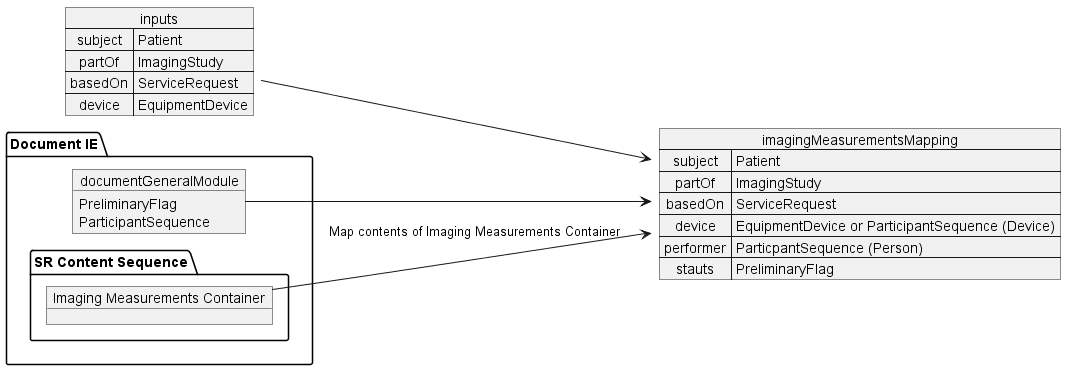
HL7/dicom-sr keeps this PlantUML diagram as input/images/dicom_sr_document_ie_mapping.png. Above is the earlier version.
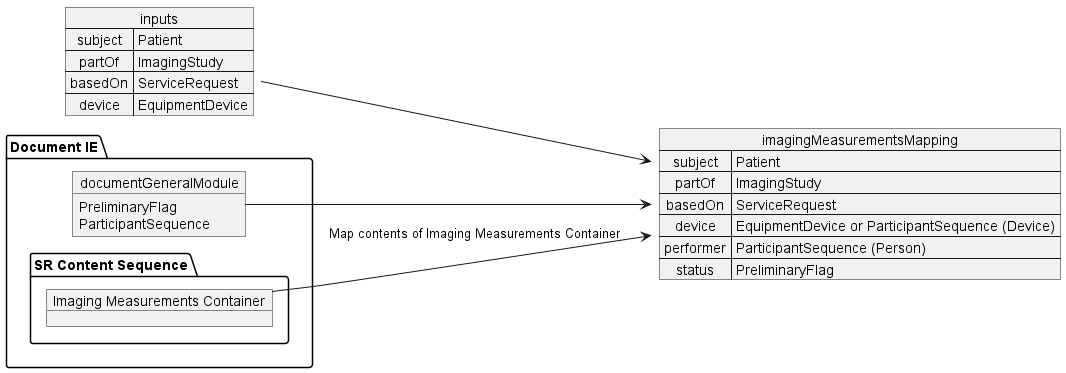
Above is the later version.

What changed in the source:
```diff
@@ -1,12 +1,12 @@
 @startuml dicom_sr_document_ie_mapping
 left to right direction
 
-    map inputs {
-        subject => Patient
-        partOf => ImagingStudy
-        basedOn => ServiceRequest
-        device => EquipmentDevice
-    }
+map inputs {
+    subject => Patient
+    partOf => ImagingStudy
+    basedOn => ServiceRequest
+    device => EquipmentDevice
+}
 
 package "Document IE" {
     object documentGeneralModule {
@@ -23,8 +23,8 @@
     partOf => ImagingStudy
     basedOn => ServiceRequest
     device => EquipmentDevice or ParticipantSequence (Device)
-    performer => ParticpantSequence (Person)
-    stauts => PreliminaryFlag
+    performer => ParticipantSequence (Person)
+    status => PreliminaryFlag
 }
 
 imagingMeasurements --> imagingMeasurementsMapping: Map contents of Imaging Measurements Container
```
